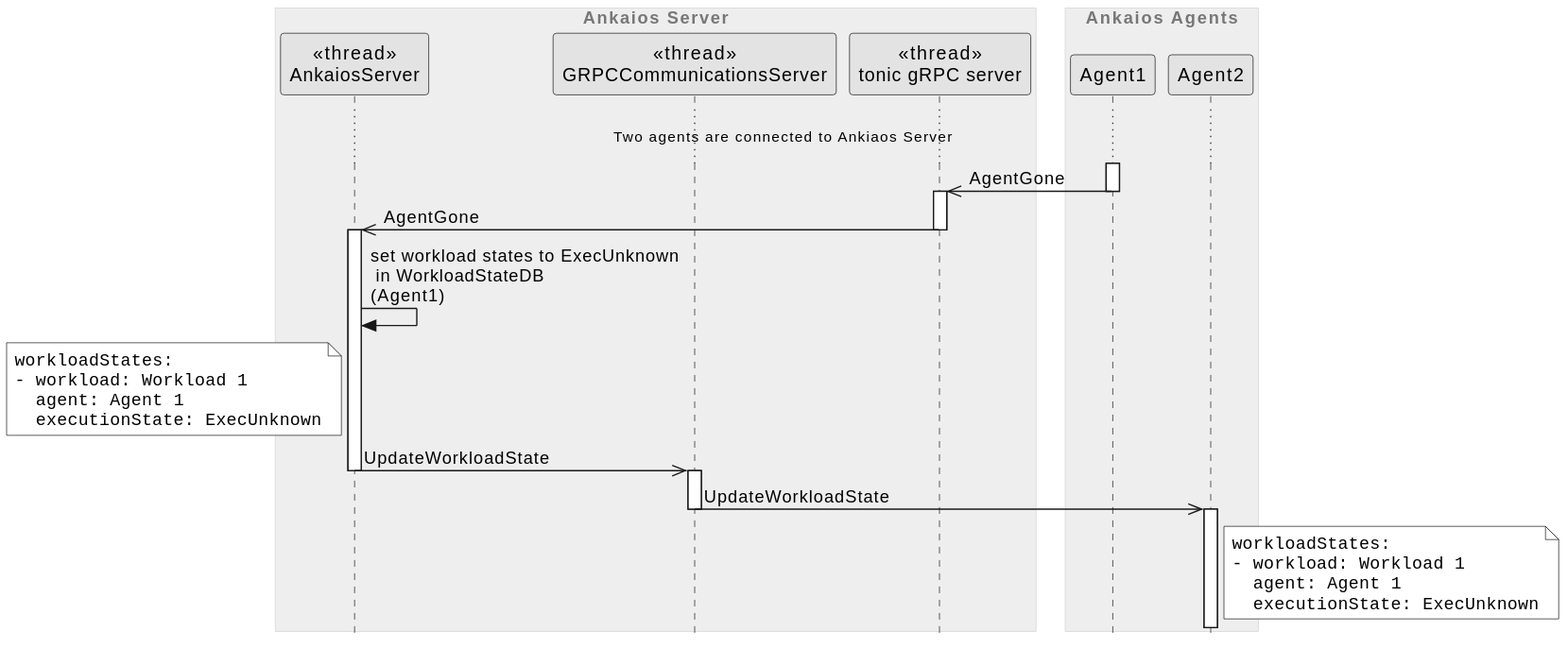
Earlier version of the PlantUML export server/doc/swdesign/plantuml/seq_set_wl_state_unknown_update.svg (eclipse-ankaios/ankaios).
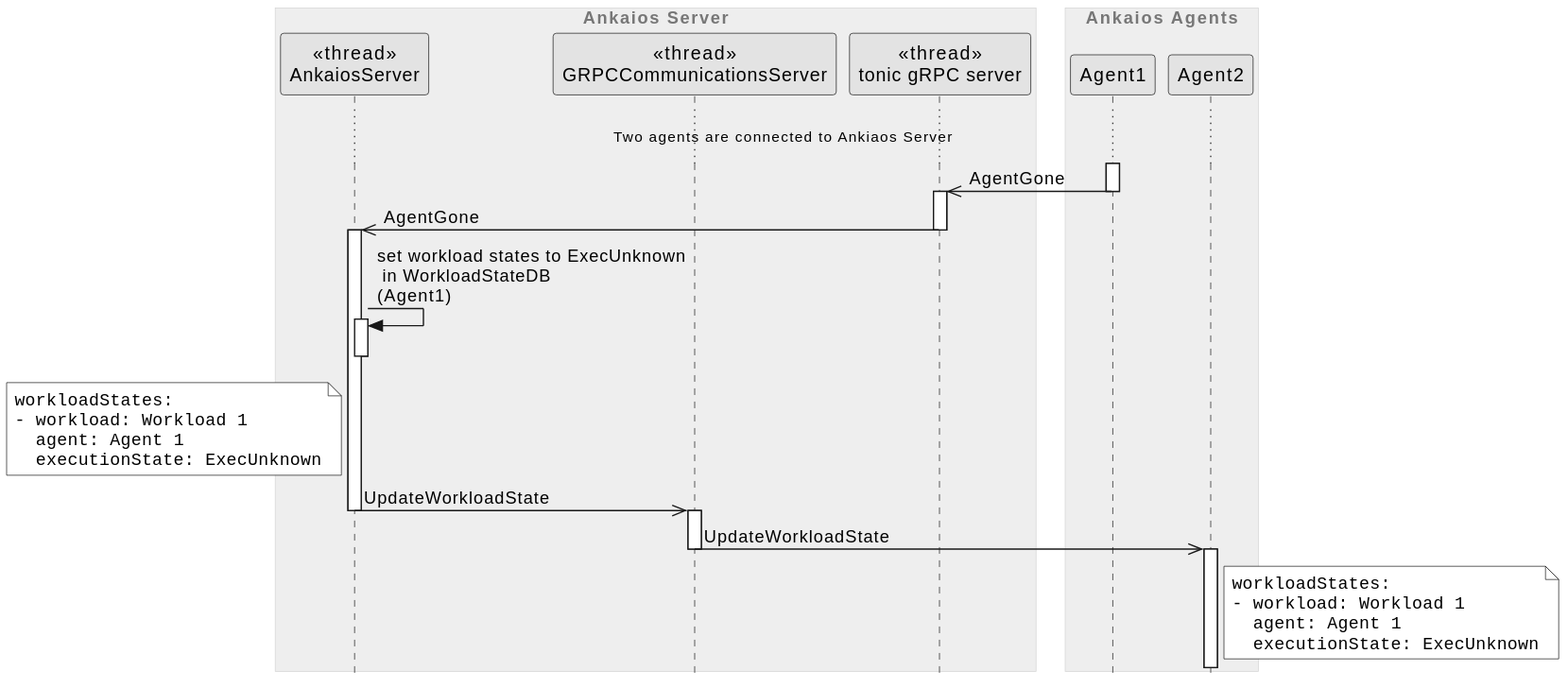
After the commit.

Commit message:
Fix lifetimes in server seq diagrams

Diff of the diagram source:
```diff
@@ -16,7 +16,7 @@
 ...Two agents are connected to Ankiaos Server...
 agent1 ->> tonic_server --++: AgentGone
 tonic_server ->> server --++: AgentGone
-server -> server : set workload states to ExecUnknown\n in WorkloadStateDB\n(Agent1)
+server -> server ++--: set workload states to ExecUnknown\n in WorkloadStateDB\n(Agent1)
 note left server
         ""workloadStates:""
         ""- workload: Workload 1""
```
